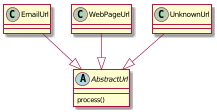
Above: design/diagrams/urls_class.png in brochwerger/crawler (PlantUML), before the change.
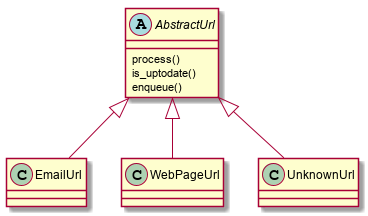
Later version of the same file.

Commit message:
- Documenting (work in progress) ...

Diff of the diagram source:
```diff
@@ -2,10 +2,12 @@
 
 abstract class AbstractUrl {
   process()
+  is_uptodate()
+  enqueue()
 }
 
-EmailUrl   --|> AbstractUrl
-WebPageUrl --|> AbstractUrl
-UnknownUrl --|> AbstractUrl
+AbstractUrl <|-- EmailUrl
+AbstractUrl <|-- WebPageUrl
+AbstractUrl <|-- UnknownUrl
 
 @enduml
```
